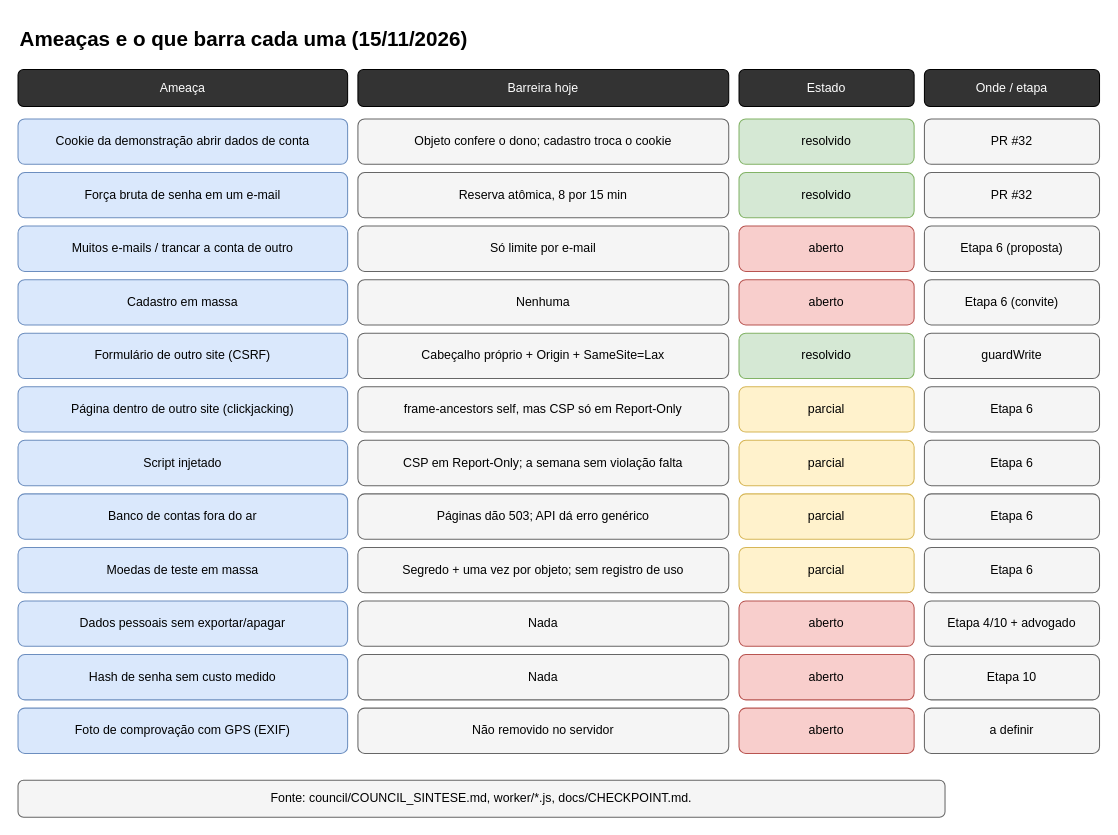
Before: page "4 Ameaças" (4 of 4) of docs/diagrams/cityou-mvp.drawio in luizfelipeulhoa-afk/Cityou, a draw.io diagram. Source tidied: cells renumbered, new cells numbered last; positions are measured from the earlier drawing's top-left corner, leaving out a move shared by most shapes. Both pictures are drawn from the tidied source at 103%, with x=0, y=0 at pixel (18, 18).
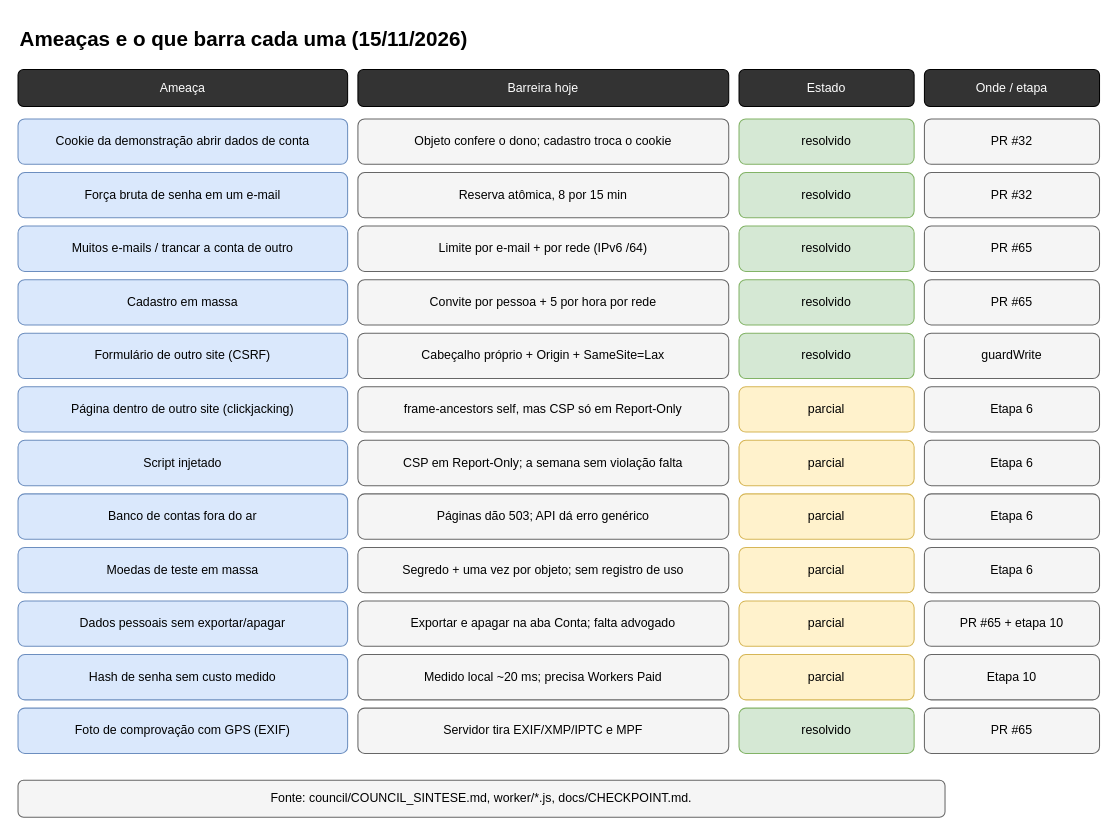
The same diagram, later.

Commit message (it also covers changes not shown here):
Diagramas: etapa 6 quase pronta, etapa 8 em andamento, ameaças resolvidas pelo PR #65

Claude-Session: https://claude.ai/code/session_01NxmKHvftyXmiRcFDSFpCs9

What changed in the source:
```diff
@@
-    <mxCell id="16" value="Só limite por e-mail" style="rounded=1;whiteSpace=wrap;html=0;fillColor=#f5f5f5;strokeColor=#666666;" parent="1" vertex="1">
+    <mxCell id="16" value="Limite por e-mail + por rede (IPv6 /64)" style="rounded=1;whiteSpace=wrap;html=0;fillColor=#f5f5f5;strokeColor=#666666;" parent="1" vertex="1">
       <mxGeometry x="330" y="202" width="360" height="44" as="geometry" />
     </mxCell>
-    <mxCell id="17" value="aberto" style="rounded=1;whiteSpace=wrap;html=0;fillColor=#f8cecc;strokeColor=#b85450;" parent="1" vertex="1">
+    <mxCell id="17" value="resolvido" style="rounded=1;whiteSpace=wrap;html=0;fillColor=#d5e8d4;strokeColor=#82b366;" parent="1" vertex="1">
       <mxGeometry x="700" y="202" width="170" height="44" as="geometry" />
     </mxCell>
-    <mxCell id="18" value="Etapa 6 (proposta)" style="rounded=1;whiteSpace=wrap;html=0;fillColor=#f5f5f5;strokeColor=#666666;" parent="1" vertex="1">
+    <mxCell id="18" value="PR #65" style="rounded=1;whiteSpace=wrap;html=0;fillColor=#f5f5f5;strokeColor=#666666;" parent="1" vertex="1">
       <mxGeometry x="880" y="202" width="170" height="44" as="geometry" />
     </mxCell>
@@
-    <mxCell id="20" value="Nenhuma" style="rounded=1;whiteSpace=wrap;html=0;fillColor=#f5f5f5;strokeColor=#666666;" parent="1" vertex="1">
+    <mxCell id="20" value="Convite por pessoa + 5 por hora por rede" style="rounded=1;whiteSpace=wrap;html=0;fillColor=#f5f5f5;strokeColor=#666666;" parent="1" vertex="1">
       <mxGeometry x="330" y="254" width="360" height="44" as="geometry" />
     </mxCell>
-    <mxCell id="21" value="aberto" style="rounded=1;whiteSpace=wrap;html=0;fillColor=#f8cecc;strokeColor=#b85450;" parent="1" vertex="1">
+    <mxCell id="21" value="resolvido" style="rounded=1;whiteSpace=wrap;html=0;fillColor=#d5e8d4;strokeColor=#82b366;" parent="1" vertex="1">
       <mxGeometry x="700" y="254" width="170" height="44" as="geometry" />
     </mxCell>
-    <mxCell id="22" value="Etapa 6 (convite)" style="rounded=1;whiteSpace=wrap;html=0;fillColor=#f5f5f5;strokeColor=#666666;" parent="1" vertex="1">
+    <mxCell id="22" value="PR #65" style="rounded=1;whiteSpace=wrap;html=0;fillColor=#f5f5f5;strokeColor=#666666;" parent="1" vertex="1">
       <mxGeometry x="880" y="254" width="170" height="44" as="geometry" />
     </mxCell>
@@
-    <mxCell id="44" value="Nada" style="rounded=1;whiteSpace=wrap;html=0;fillColor=#f5f5f5;strokeColor=#666666;" parent="1" vertex="1">
+    <mxCell id="44" value="Exportar e apagar na aba Conta; falta advogado" style="rounded=1;whiteSpace=wrap;html=0;fillColor=#f5f5f5;strokeColor=#666666;" parent="1" vertex="1">
       <mxGeometry x="330" y="566" width="360" height="44" as="geometry" />
     </mxCell>
-    <mxCell id="45" value="aberto" style="rounded=1;whiteSpace=wrap;html=0;fillColor=#f8cecc;strokeColor=#b85450;" parent="1" vertex="1">
+    <mxCell id="45" value="parcial" style="rounded=1;whiteSpace=wrap;html=0;fillColor=#fff2cc;strokeColor=#d6b656;" parent="1" vertex="1">
       <mxGeometry x="700" y="566" width="170" height="44" as="geometry" />
     </mxCell>
-    <mxCell id="46" value="Etapa 4/10 + advogado" style="rounded=1;whiteSpace=wrap;html=0;fillColor=#f5f5f5;strokeColor=#666666;" parent="1" vertex="1">
+    <mxCell id="46" value="PR #65 + etapa 10" style="rounded=1;whiteSpace=wrap;html=0;fillColor=#f5f5f5;strokeColor=#666666;" parent="1" vertex="1">
       <mxGeometry x="880" y="566" width="170" height="44" as="geometry" />
     </mxCell>
@@
-    <mxCell id="48" value="Nada" style="rounded=1;whiteSpace=wrap;html=0;fillColor=#f5f5f5;strokeColor=#666666;" parent="1" vertex="1">
+    <mxCell id="48" value="Medido local ~20 ms; precisa Workers Paid" style="rounded=1;whiteSpace=wrap;html=0;fillColor=#f5f5f5;strokeColor=#666666;" parent="1" vertex="1">
       <mxGeometry x="330" y="618" width="360" height="44" as="geometry" />
     </mxCell>
-    <mxCell id="49" value="aberto" style="rounded=1;whiteSpace=wrap;html=0;fillColor=#f8cecc;strokeColor=#b85450;" parent="1" vertex="1">
+    <mxCell id="49" value="parcial" style="rounded=1;whiteSpace=wrap;html=0;fillColor=#fff2cc;strokeColor=#d6b656;" parent="1" vertex="1">
       <mxGeometry x="700" y="618" width="170" height="44" as="geometry" />
     </mxCell>
@@
-    <mxCell id="52" value="Não removido no servidor" style="rounded=1;whiteSpace=wrap;html=0;fillColor=#f5f5f5;strokeColor=#666666;" parent="1" vertex="1">
+    <mxCell id="52" value="Servidor tira EXIF/XMP/IPTC e MPF" style="rounded=1;whiteSpace=wrap;html=0;fillColor=#f5f5f5;strokeColor=#666666;" parent="1" vertex="1">
       <mxGeometry x="330" y="670" width="360" height="44" as="geometry" />
     </mxCell>
-    <mxCell id="53" value="aberto" style="rounded=1;whiteSpace=wrap;html=0;fillColor=#f8cecc;strokeColor=#b85450;" parent="1" vertex="1">
+    <mxCell id="53" value="resolvido" style="rounded=1;whiteSpace=wrap;html=0;fillColor=#d5e8d4;strokeColor=#82b366;" parent="1" vertex="1">
       <mxGeometry x="700" y="670" width="170" height="44" as="geometry" />
     </mxCell>
-    <mxCell id="54" value="a definir" style="rounded=1;whiteSpace=wrap;html=0;fillColor=#f5f5f5;strokeColor=#666666;" parent="1" vertex="1">
+    <mxCell id="54" value="PR #65" style="rounded=1;whiteSpace=wrap;html=0;fillColor=#f5f5f5;strokeColor=#666666;" parent="1" vertex="1">
       <mxGeometry x="880" y="670" width="170" height="44" as="geometry" />
     </mxCell>
```
